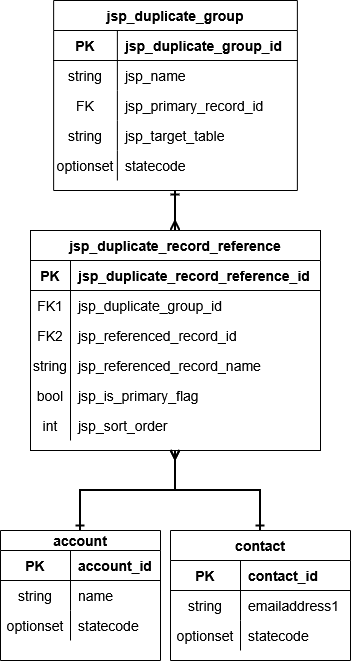
Josiah-Spilker/IPA-2026-Josiah-Spilker keeps this draw.io diagram as Drawio/ERM Diagram.drawio.png. Above is the earlier version. Source tidied: cells renumbered, new cells last; positions are measured from the earlier drawing's top-left corner, leaving out a move shared by most shapes. Its diagram source:
```xml
<mxGraphModel>
  <root>
    <mxCell id="0" />
    <mxCell id="1" parent="0" />
    <mxCell id="2" style="rounded=0;whiteSpace=wrap;html=1;strokeColor=none;" parent="1" vertex="1">
      <mxGeometry width="350" height="670" as="geometry" />
    </mxCell>
    <mxCell id="3" style="edgeStyle=orthogonalEdgeStyle;rounded=0;jettySize=auto;html=1;exitX=0.5;exitY=0;exitDx=0;exitDy=0;entryX=0.5;entryY=1;entryDx=0;entryDy=0;startArrow=ERmany;startFill=0;endArrow=ERone;endFill=0;strokeWidth=2;fontSize=14;" parent="1" edge="1" source="4" target="33">
      <mxGeometry relative="1" as="geometry" />
    </mxCell>
    <mxCell id="4" value="jsp_duplicate_record_reference" style="shape=table;startSize=30;rowLines=0;fontStyle=1;align=center;fontSize=14;" parent="1" vertex="1">
      <mxGeometry x="30" y="230" width="290" height="220" as="geometry" />
    </mxCell>
    <mxCell id="5" style="shape=partialRectangle;fillColor=none;top=0;left=0;right=0;bottom=1;fontSize=14;" parent="4" vertex="1">
      <mxGeometry y="30" width="290" height="30" as="geometry" />
    </mxCell>
    <mxCell id="6" value="PK" style="shape=partialRectangle;overflow=hidden;fillColor=none;top=0;left=0;bottom=0;right=0;fontStyle=1;fontSize=14;" parent="5" vertex="1">
      <mxGeometry width="40" height="30" as="geometry" />
    </mxCell>
    <mxCell id="7" value="jsp_duplicate_record_reference_id" style="shape=partialRectangle;overflow=hidden;fillColor=none;top=0;left=0;bottom=0;right=0;align=left;spacingLeft=6;fontStyle=1;fontSize=14;" parent="5" vertex="1">
      <mxGeometry x="40" width="250" height="30" as="geometry" />
    </mxCell>
    <mxCell id="8" style="shape=partialRectangle;fillColor=none;top=0;left=0;right=0;bottom=0;fontSize=14;" parent="4" vertex="1">
      <mxGeometry y="60" width="290" height="30" as="geometry" />
    </mxCell>
    <mxCell id="9" value="FK1" style="shape=partialRectangle;overflow=hidden;fillColor=none;top=0;left=0;bottom=0;right=0;fontSize=14;" parent="8" vertex="1">
      <mxGeometry width="40" height="30" as="geometry" />
    </mxCell>
    <mxCell id="10" value="jsp_duplicate_group_id" style="shape=partialRectangle;overflow=hidden;fillColor=none;top=0;left=0;bottom=0;right=0;align=left;spacingLeft=6;fontSize=14;" parent="8" vertex="1">
      <mxGeometry x="40" width="250" height="30" as="geometry" />
    </mxCell>
    <mxCell id="11" style="shape=partialRectangle;fillColor=none;top=0;left=0;right=0;bottom=0;fontSize=14;" parent="4" vertex="1">
      <mxGeometry y="90" width="290" height="30" as="geometry" />
    </mxCell>
    <mxCell id="12" value="FK2" style="shape=partialRectangle;overflow=hidden;fillColor=none;top=0;left=0;bottom=0;right=0;fontSize=14;" parent="11" vertex="1">
      <mxGeometry width="40" height="30" as="geometry" />
    </mxCell>
    <mxCell id="13" value="jsp_referenced_record_id" style="shape=partialRectangle;overflow=hidden;fillColor=none;top=0;left=0;bottom=0;right=0;align=left;spacingLeft=6;fontSize=14;" parent="11" vertex="1">
      <mxGeometry x="40" width="250" height="30" as="geometry" />
    </mxCell>
    <mxCell id="14" style="shape=partialRectangle;fillColor=none;top=0;left=0;right=0;bottom=0;fontSize=14;" parent="4" vertex="1">
      <mxGeometry y="120" width="290" height="30" as="geometry" />
    </mxCell>
    <mxCell id="15" value="string" style="shape=partialRectangle;overflow=hidden;fillColor=none;top=0;left=0;bottom=0;right=0;fontSize=14;" parent="14" vertex="1">
      <mxGeometry width="40" height="30" as="geometry" />
    </mxCell>
    <mxCell id="16" value="jsp_referenced_record_name" style="shape=partialRectangle;overflow=hidden;fillColor=none;top=0;left=0;bottom=0;right=0;align=left;spacingLeft=6;fontSize=14;" parent="14" vertex="1">
      <mxGeometry x="40" width="250" height="30" as="geometry" />
    </mxCell>
    <mxCell id="17" style="shape=partialRectangle;fillColor=none;top=0;left=0;right=0;bottom=0;fontSize=14;" parent="4" vertex="1">
      <mxGeometry y="150" width="290" height="30" as="geometry" />
    </mxCell>
    <mxCell id="18" value="bool" style="shape=partialRectangle;overflow=hidden;fillColor=none;top=0;left=0;bottom=0;right=0;fontSize=14;" parent="17" vertex="1">
      <mxGeometry width="40" height="30" as="geometry" />
    </mxCell>
    <mxCell id="19" value="jsp_is_primary_flag" style="shape=partialRectangle;overflow=hidden;fillColor=none;top=0;left=0;bottom=0;right=0;align=left;spacingLeft=6;fontSize=14;" parent="17" vertex="1">
      <mxGeometry x="40" width="250" height="30" as="geometry" />
    </mxCell>
    <mxCell id="20" style="shape=partialRectangle;fillColor=none;top=0;left=0;right=0;bottom=0;fontSize=14;" parent="4" vertex="1">
      <mxGeometry y="180" width="290" height="30" as="geometry" />
    </mxCell>
    <mxCell id="21" value="int" style="shape=partialRectangle;overflow=hidden;fillColor=none;top=0;left=0;bottom=0;right=0;fontSize=14;" parent="20" vertex="1">
      <mxGeometry width="40" height="30" as="geometry" />
    </mxCell>
    <mxCell id="22" value="jsp_sort_order" style="shape=partialRectangle;overflow=hidden;fillColor=none;top=0;left=0;bottom=0;right=0;align=left;spacingLeft=6;fontSize=14;" parent="20" vertex="1">
      <mxGeometry x="40" width="250" height="30" as="geometry" />
    </mxCell>
    <mxCell id="23" value="contact" style="shape=table;startSize=30;rowLines=0;fontStyle=1;align=center;fontSize=14;" parent="1" vertex="1">
      <mxGeometry x="170" y="530" width="180" height="130" as="geometry" />
    </mxCell>
    <mxCell id="24" style="shape=partialRectangle;fillColor=none;top=0;left=0;right=0;bottom=1;fontSize=14;" parent="23" vertex="1">
      <mxGeometry y="30" width="180" height="30" as="geometry" />
    </mxCell>
    <mxCell id="25" value="PK" style="shape=partialRectangle;overflow=hidden;fillColor=none;top=0;left=0;bottom=0;right=0;fontStyle=1;fontSize=14;" parent="24" vertex="1">
      <mxGeometry width="70" height="30" as="geometry" />
    </mxCell>
    <mxCell id="26" value="contact_id" style="shape=partialRectangle;overflow=hidden;fillColor=none;top=0;left=0;bottom=0;right=0;align=left;spacingLeft=6;fontStyle=1;fontSize=14;" parent="24" vertex="1">
      <mxGeometry x="70" width="110" height="30" as="geometry" />
    </mxCell>
    <mxCell id="27" style="shape=partialRectangle;fillColor=none;top=0;left=0;right=0;bottom=0;fontSize=14;" parent="23" vertex="1">
      <mxGeometry y="60" width="180" height="30" as="geometry" />
    </mxCell>
    <mxCell id="28" value="string" style="shape=partialRectangle;overflow=hidden;fillColor=none;top=0;left=0;bottom=0;right=0;fontSize=14;" parent="27" vertex="1">
      <mxGeometry width="70" height="30" as="geometry" />
    </mxCell>
    <mxCell id="29" value="emailaddress1" style="shape=partialRectangle;overflow=hidden;fillColor=none;top=0;left=0;bottom=0;right=0;align=left;spacingLeft=6;fontSize=14;" parent="27" vertex="1">
      <mxGeometry x="70" width="110" height="30" as="geometry" />
    </mxCell>
    <mxCell id="30" style="shape=partialRectangle;fillColor=none;top=0;left=0;right=0;bottom=0;fontSize=14;" parent="23" vertex="1">
      <mxGeometry y="90" width="180" height="30" as="geometry" />
    </mxCell>
    <mxCell id="31" value="optionset" style="shape=partialRectangle;overflow=hidden;fillColor=none;top=0;left=0;bottom=0;right=0;fontSize=14;" parent="30" vertex="1">
      <mxGeometry width="70" height="30" as="geometry" />
    </mxCell>
    <mxCell id="32" value="statecode" style="shape=partialRectangle;overflow=hidden;fillColor=none;top=0;left=0;bottom=0;right=0;align=left;spacingLeft=6;fontSize=14;" parent="30" vertex="1">
      <mxGeometry x="70" width="110" height="30" as="geometry" />
    </mxCell>
    <mxCell id="33" value="jsp_duplicate_group" style="shape=table;startSize=30;rowLines=0;fontStyle=1;align=center;fontSize=14;" parent="1" vertex="1">
      <mxGeometry x="53.1" width="243.8" height="190" as="geometry" />
    </mxCell>
    <mxCell id="34" style="shape=partialRectangle;fillColor=none;top=0;left=0;right=0;bottom=1;fontSize=14;" parent="33" vertex="1">
      <mxGeometry y="30" width="243.8" height="30" as="geometry" />
    </mxCell>
    <mxCell id="35" value="PK" style="shape=partialRectangle;overflow=hidden;fillColor=none;top=0;left=0;bottom=0;right=0;fontStyle=1;fontSize=14;" parent="34" vertex="1">
      <mxGeometry width="63.8" height="30" as="geometry" />
    </mxCell>
    <mxCell id="36" value="jsp_duplicate_group_id" style="shape=partialRectangle;overflow=hidden;fillColor=none;top=0;left=0;bottom=0;right=0;align=left;spacingLeft=6;fontStyle=1;fontSize=14;" parent="34" vertex="1">
      <mxGeometry x="63.8" width="180" height="30" as="geometry" />
    </mxCell>
    <mxCell id="37" style="shape=partialRectangle;fillColor=none;top=0;left=0;right=0;bottom=0;fontSize=14;" parent="33" vertex="1">
      <mxGeometry y="60" width="243.8" height="30" as="geometry" />
    </mxCell>
    <mxCell id="38" value="string" style="shape=partialRectangle;overflow=hidden;fillColor=none;top=0;left=0;bottom=0;right=0;fontSize=14;" parent="37" vertex="1">
      <mxGeometry width="63.8" height="30" as="geometry" />
    </mxCell>
    <mxCell id="39" value="jsp_name" style="shape=partialRectangle;overflow=hidden;fillColor=none;top=0;left=0;bottom=0;right=0;align=left;spacingLeft=6;fontSize=14;" parent="37" vertex="1">
      <mxGeometry x="63.8" width="180" height="30" as="geometry" />
    </mxCell>
    <mxCell id="40" style="shape=partialRectangle;fillColor=none;top=0;left=0;right=0;bottom=0;fontSize=14;" parent="33" vertex="1">
      <mxGeometry y="90" width="243.8" height="30" as="geometry" />
    </mxCell>
    <mxCell id="41" value="FK" style="shape=partialRectangle;overflow=hidden;fillColor=none;top=0;left=0;bottom=0;right=0;fontSize=14;" parent="40" vertex="1">
      <mxGeometry width="63.8" height="30" as="geometry" />
    </mxCell>
    <mxCell id="42" value="jsp_primary_record_id" style="shape=partialRectangle;overflow=hidden;fillColor=none;top=0;left=0;bottom=0;right=0;align=left;spacingLeft=6;fontSize=14;" parent="40" vertex="1">
      <mxGeometry x="63.8" width="180" height="30" as="geometry" />
    </mxCell>
    <mxCell id="43" style="shape=partialRectangle;fillColor=none;top=0;left=0;right=0;bottom=0;fontSize=14;" parent="33" vertex="1">
      <mxGeometry y="120" width="243.8" height="30" as="geometry" />
    </mxCell>
    <mxCell id="44" value="string" style="shape=partialRectangle;overflow=hidden;fillColor=none;top=0;left=0;bottom=0;right=0;fontSize=14;" parent="43" vertex="1">
      <mxGeometry width="63.8" height="30" as="geometry" />
    </mxCell>
    <mxCell id="45" value="jsp_target_table" style="shape=partialRectangle;overflow=hidden;fillColor=none;top=0;left=0;bottom=0;right=0;align=left;spacingLeft=6;fontSize=14;" parent="43" vertex="1">
      <mxGeometry x="63.8" width="180" height="30" as="geometry" />
    </mxCell>
    <mxCell id="46" style="shape=partialRectangle;fillColor=none;top=0;left=0;right=0;bottom=0;fontSize=14;" parent="33" vertex="1">
      <mxGeometry y="150" width="243.8" height="30" as="geometry" />
    </mxCell>
    <mxCell id="47" value="optionset" style="shape=partialRectangle;overflow=hidden;fillColor=none;top=0;left=0;bottom=0;right=0;fontSize=14;" parent="46" vertex="1">
      <mxGeometry width="63.8" height="30" as="geometry" />
    </mxCell>
    <mxCell id="48" value="statecode" style="shape=partialRectangle;overflow=hidden;fillColor=none;top=0;left=0;bottom=0;right=0;align=left;spacingLeft=6;fontSize=14;" parent="46" vertex="1">
      <mxGeometry x="63.8" width="180" height="30" as="geometry" />
    </mxCell>
    <mxCell id="49" value="account" style="shape=table;startSize=20;rowLines=0;fontStyle=1;align=center;fontSize=14;" parent="1" vertex="1">
      <mxGeometry y="530" width="160" height="130" as="geometry" />
    </mxCell>
    <mxCell id="50" style="shape=partialRectangle;fillColor=none;top=0;left=0;right=0;bottom=1;fontSize=14;" parent="49" vertex="1">
      <mxGeometry y="20" width="160" height="30" as="geometry" />
    </mxCell>
    <mxCell id="51" value="PK" style="shape=partialRectangle;overflow=hidden;fillColor=none;top=0;left=0;bottom=0;right=0;fontStyle=1;fontSize=14;" parent="50" vertex="1">
      <mxGeometry width="70" height="30" as="geometry" />
    </mxCell>
    <mxCell id="52" value="account_id" style="shape=partialRectangle;overflow=hidden;fillColor=none;top=0;left=0;bottom=0;right=0;align=left;spacingLeft=6;fontStyle=1;fontSize=14;" parent="50" vertex="1">
      <mxGeometry x="70" width="90" height="30" as="geometry" />
    </mxCell>
    <mxCell id="53" style="shape=partialRectangle;fillColor=none;top=0;left=0;right=0;bottom=0;fontSize=14;" parent="49" vertex="1">
      <mxGeometry y="50" width="160" height="30" as="geometry" />
    </mxCell>
    <mxCell id="54" value="string" style="shape=partialRectangle;overflow=hidden;fillColor=none;top=0;left=0;bottom=0;right=0;fontSize=14;" parent="53" vertex="1">
      <mxGeometry width="70" height="30" as="geometry" />
    </mxCell>
    <mxCell id="55" value="name" style="shape=partialRectangle;overflow=hidden;fillColor=none;top=0;left=0;bottom=0;right=0;align=left;spacingLeft=6;fontSize=14;" parent="53" vertex="1">
      <mxGeometry x="70" width="90" height="30" as="geometry" />
    </mxCell>
    <mxCell id="56" style="shape=partialRectangle;fillColor=none;top=0;left=0;right=0;bottom=0;fontSize=14;" parent="49" vertex="1">
      <mxGeometry y="80" width="160" height="30" as="geometry" />
    </mxCell>
    <mxCell id="57" value="optionset" style="shape=partialRectangle;overflow=hidden;fillColor=none;top=0;left=0;bottom=0;right=0;fontSize=14;" parent="56" vertex="1">
      <mxGeometry width="70" height="30" as="geometry" />
    </mxCell>
    <mxCell id="58" value="statecode" style="shape=partialRectangle;overflow=hidden;fillColor=none;top=0;left=0;bottom=0;right=0;align=left;spacingLeft=6;fontSize=14;" parent="56" vertex="1">
      <mxGeometry x="70" width="90" height="30" as="geometry" />
    </mxCell>
    <mxCell id="59" style="edgeStyle=orthogonalEdgeStyle;rounded=0;jettySize=auto;html=1;startArrow=ERmany;startFill=0;endArrow=ERone;endFill=0;strokeWidth=2;fontSize=14;" parent="1" edge="1" source="4" target="23">
      <mxGeometry relative="1" as="geometry" />
    </mxCell>
    <mxCell id="60" style="edgeStyle=orthogonalEdgeStyle;rounded=0;jettySize=auto;html=1;startArrow=ERmany;startFill=0;endArrow=ERone;endFill=0;strokeWidth=2;fontSize=14;" parent="1" edge="1" source="4" target="49">
      <mxGeometry relative="1" as="geometry" />
    </mxCell>
  </root>
</mxGraphModel>
```
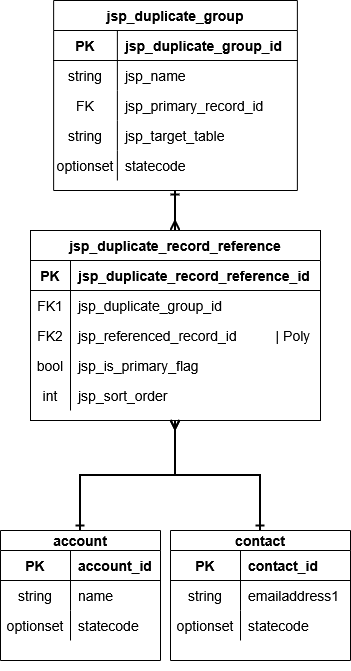
The same file after the commit.

Change to the diagram source:
```diff
@@ -9,7 +9,7 @@
       <mxGeometry relative="1" as="geometry" />
     </mxCell>
     <mxCell id="4" value="jsp_duplicate_record_reference" style="shape=table;startSize=30;rowLines=0;fontStyle=1;align=center;fontSize=14;" parent="1" vertex="1">
-      <mxGeometry x="30" y="230" width="290" height="220" as="geometry" />
+      <mxGeometry x="30" y="230" width="290" height="190" as="geometry" />
     </mxCell>
     <mxCell id="5" style="shape=partialRectangle;fillColor=none;top=0;left=0;right=0;bottom=1;fontSize=14;" parent="4" vertex="1">
       <mxGeometry y="30" width="290" height="30" as="geometry" />
@@ -35,20 +35,11 @@
     <mxCell id="12" value="FK2" style="shape=partialRectangle;overflow=hidden;fillColor=none;top=0;left=0;bottom=0;right=0;fontSize=14;" parent="11" vertex="1">
       <mxGeometry width="40" height="30" as="geometry" />
     </mxCell>
-    <mxCell id="13" value="jsp_referenced_record_id" style="shape=partialRectangle;overflow=hidden;fillColor=none;top=0;left=0;bottom=0;right=0;align=left;spacingLeft=6;fontSize=14;" parent="11" vertex="1">
+    <mxCell id="13" value="jsp_referenced_record_id          | Poly" style="shape=partialRectangle;overflow=hidden;fillColor=none;top=0;left=0;bottom=0;right=0;align=left;spacingLeft=6;fontSize=14;" parent="11" vertex="1">
       <mxGeometry x="40" width="250" height="30" as="geometry" />
     </mxCell>
-    <mxCell id="14" style="shape=partialRectangle;fillColor=none;top=0;left=0;right=0;bottom=0;fontSize=14;" parent="4" vertex="1">
-      <mxGeometry y="120" width="290" height="30" as="geometry" />
-    </mxCell>
-    <mxCell id="15" value="string" style="shape=partialRectangle;overflow=hidden;fillColor=none;top=0;left=0;bottom=0;right=0;fontSize=14;" parent="14" vertex="1">
-      <mxGeometry width="40" height="30" as="geometry" />
-    </mxCell>
-    <mxCell id="16" value="jsp_referenced_record_name" style="shape=partialRectangle;overflow=hidden;fillColor=none;top=0;left=0;bottom=0;right=0;align=left;spacingLeft=6;fontSize=14;" parent="14" vertex="1">
-      <mxGeometry x="40" width="250" height="30" as="geometry" />
-    </mxCell>
     <mxCell id="17" style="shape=partialRectangle;fillColor=none;top=0;left=0;right=0;bottom=0;fontSize=14;" parent="4" vertex="1">
-      <mxGeometry y="150" width="290" height="30" as="geometry" />
+      <mxGeometry y="120" width="290" height="30" as="geometry" />
     </mxCell>
     <mxCell id="18" value="bool" style="shape=partialRectangle;overflow=hidden;fillColor=none;top=0;left=0;bottom=0;right=0;fontSize=14;" parent="17" vertex="1">
       <mxGeometry width="40" height="30" as="geometry" />
@@ -57,7 +48,7 @@
       <mxGeometry x="40" width="250" height="30" as="geometry" />
     </mxCell>
     <mxCell id="20" style="shape=partialRectangle;fillColor=none;top=0;left=0;right=0;bottom=0;fontSize=14;" parent="4" vertex="1">
-      <mxGeometry y="180" width="290" height="30" as="geometry" />
+      <mxGeometry y="150" width="290" height="30" as="geometry" />
     </mxCell>
     <mxCell id="21" value="int" style="shape=partialRectangle;overflow=hidden;fillColor=none;top=0;left=0;bottom=0;right=0;fontSize=14;" parent="20" vertex="1">
       <mxGeometry width="40" height="30" as="geometry" />
@@ -65,11 +56,11 @@
     <mxCell id="22" value="jsp_sort_order" style="shape=partialRectangle;overflow=hidden;fillColor=none;top=0;left=0;bottom=0;right=0;align=left;spacingLeft=6;fontSize=14;" parent="20" vertex="1">
       <mxGeometry x="40" width="250" height="30" as="geometry" />
     </mxCell>
-    <mxCell id="23" value="contact" style="shape=table;startSize=30;rowLines=0;fontStyle=1;align=center;fontSize=14;" parent="1" vertex="1">
+    <mxCell id="23" value="contact" style="shape=table;startSize=20;rowLines=0;fontStyle=1;align=center;fontSize=14;" parent="1" vertex="1">
       <mxGeometry x="170" y="530" width="180" height="130" as="geometry" />
     </mxCell>
     <mxCell id="24" style="shape=partialRectangle;fillColor=none;top=0;left=0;right=0;bottom=1;fontSize=14;" parent="23" vertex="1">
-      <mxGeometry y="30" width="180" height="30" as="geometry" />
+      <mxGeometry y="20" width="180" height="30" as="geometry" />
     </mxCell>
     <mxCell id="25" value="PK" style="shape=partialRectangle;overflow=hidden;fillColor=none;top=0;left=0;bottom=0;right=0;fontStyle=1;fontSize=14;" parent="24" vertex="1">
       <mxGeometry width="70" height="30" as="geometry" />
@@ -78,7 +69,7 @@
       <mxGeometry x="70" width="110" height="30" as="geometry" />
     </mxCell>
     <mxCell id="27" style="shape=partialRectangle;fillColor=none;top=0;left=0;right=0;bottom=0;fontSize=14;" parent="23" vertex="1">
-      <mxGeometry y="60" width="180" height="30" as="geometry" />
+      <mxGeometry y="50" width="180" height="30" as="geometry" />
     </mxCell>
     <mxCell id="28" value="string" style="shape=partialRectangle;overflow=hidden;fillColor=none;top=0;left=0;bottom=0;right=0;fontSize=14;" parent="27" vertex="1">
       <mxGeometry width="70" height="30" as="geometry" />
@@ -87,7 +78,7 @@
       <mxGeometry x="70" width="110" height="30" as="geometry" />
     </mxCell>
     <mxCell id="30" style="shape=partialRectangle;fillColor=none;top=0;left=0;right=0;bottom=0;fontSize=14;" parent="23" vertex="1">
-      <mxGeometry y="90" width="180" height="30" as="geometry" />
+      <mxGeometry y="80" width="180" height="30" as="geometry" />
     </mxCell>
     <mxCell id="31" value="optionset" style="shape=partialRectangle;overflow=hidden;fillColor=none;top=0;left=0;bottom=0;right=0;fontSize=14;" parent="30" vertex="1">
       <mxGeometry width="70" height="30" as="geometry" />
```
